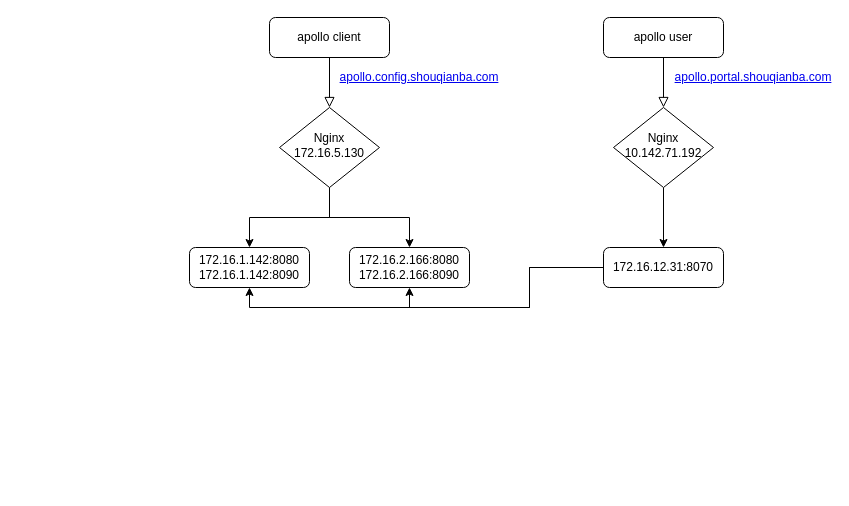
Earlier version of the draw.io diagram page "1当前" (1 of 6) of Untitled Diagram.drawio (RockyLOMO/devops-java-sample). Source tidied: cells renumbered, new cells numbered last; positions are measured from the earlier drawing's top-left corner, leaving out a move shared by most shapes. Both pictures are drawn from the tidied source at 100%, with x=0, y=0 at pixel (189, 17).
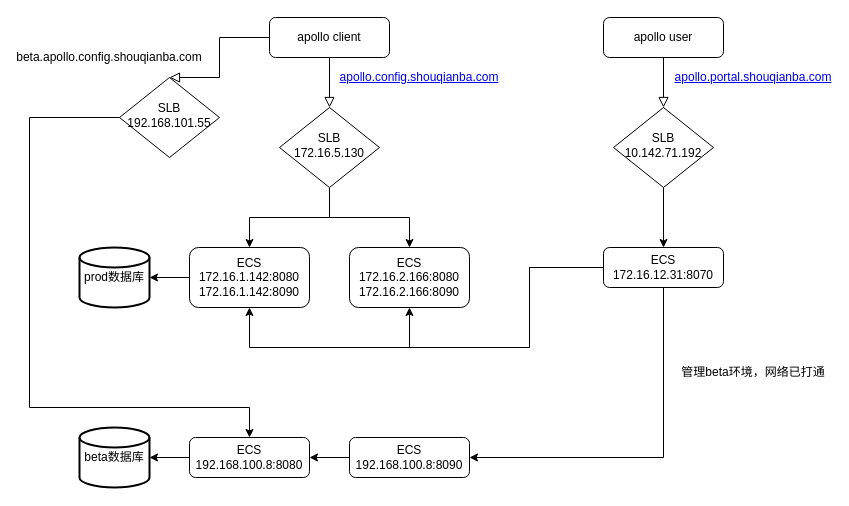
The same page after the edit.

The change refers to these unchanged cells:
```xml
<mxCell id="3" value="apollo client" style="rounded=1;whiteSpace=wrap;html=1;fontSize=12;glass=0;strokeWidth=1;shadow=0;" parent="1" vertex="1">
  <mxGeometry x="80" width="120" height="40" as="geometry" />
</mxCell>
```

The edit, as a diff of the source:
```diff
@@
-    <mxCell id="6" value="Nginx&lt;br&gt;172.16.5.130" style="rhombus;whiteSpace=wrap;html=1;shadow=0;fontFamily=Helvetica;fontSize=12;align=center;strokeWidth=1;spacing=6;spacingTop=-4;" parent="1" vertex="1">
+    <mxCell id="6" value="SLB&lt;br&gt;172.16.5.130" style="rhombus;whiteSpace=wrap;html=1;shadow=0;fontFamily=Helvetica;fontSize=12;align=center;strokeWidth=1;spacing=6;spacingTop=-4;" parent="1" vertex="1">
       <mxGeometry x="90" y="90" width="100" height="80" as="geometry" />
     </mxCell>
+    <mxCell id="18" style="edgeStyle=orthogonalEdgeStyle;rounded=0;jettySize=auto;html=1;" parent="1" edge="1" source="7" target="19">
+      <mxGeometry relative="1" as="geometry" />
+    </mxCell>
-    <mxCell id="7" value="172.16.1.142:8080&lt;br&gt;172.16.1.142:8090" style="rounded=1;whiteSpace=wrap;html=1;fontSize=12;glass=0;strokeWidth=1;shadow=0;" parent="1" vertex="1">
-      <mxGeometry y="230" width="120" height="40" as="geometry" />
+    <mxCell id="7" value="ECS&lt;br&gt;172.16.1.142:8080&lt;br&gt;172.16.1.142:8090" style="rounded=1;whiteSpace=wrap;html=1;fontSize=12;glass=0;strokeWidth=1;shadow=0;" parent="1" vertex="1">
+      <mxGeometry y="230" width="120" height="60" as="geometry" />
     </mxCell>
-    <mxCell id="8" value="172.16.2.166:8080&lt;br&gt;172.16.2.166:8090" style="rounded=1;whiteSpace=wrap;html=1;fontSize=12;glass=0;strokeWidth=1;shadow=0;" parent="1" vertex="1">
-      <mxGeometry x="160" y="230" width="120" height="40" as="geometry" />
+    <mxCell id="8" value="ECS&lt;br&gt;172.16.2.166:8080&lt;br&gt;172.16.2.166:8090" style="rounded=1;whiteSpace=wrap;html=1;fontSize=12;glass=0;strokeWidth=1;shadow=0;" parent="1" vertex="1">
+      <mxGeometry x="160" y="230" width="120" height="60" as="geometry" />
     </mxCell>
@@
-    <mxCell id="13" value="Nginx&lt;br&gt;10.142.71.192" style="rhombus;whiteSpace=wrap;html=1;shadow=0;fontFamily=Helvetica;fontSize=12;align=center;strokeWidth=1;spacing=6;spacingTop=-4;" parent="1" vertex="1">
+    <mxCell id="13" value="SLB&lt;br&gt;10.142.71.192" style="rhombus;whiteSpace=wrap;html=1;shadow=0;fontFamily=Helvetica;fontSize=12;align=center;strokeWidth=1;spacing=6;spacingTop=-4;" parent="1" vertex="1">
       <mxGeometry x="424" y="90" width="100" height="80" as="geometry" />
     </mxCell>
     <mxCell id="14" style="edgeStyle=orthogonalEdgeStyle;rounded=0;jettySize=auto;html=1;entryX=0.5;entryY=1;entryDx=0;entryDy=0;" parent="1" edge="1" source="16" target="8">
       <mxGeometry relative="1" as="geometry">
         <Array as="points">
           <mxPoint x="340" y="250" />
-          <mxPoint x="340" y="290" />
-          <mxPoint x="220" y="290" />
+          <mxPoint x="340" y="330" />
+          <mxPoint x="220" y="330" />
         </Array>
       </mxGeometry>
     </mxCell>
     <mxCell id="15" style="edgeStyle=orthogonalEdgeStyle;rounded=0;jettySize=auto;html=1;entryX=0.5;entryY=1;entryDx=0;entryDy=0;" parent="1" edge="1" source="16" target="7">
       <mxGeometry relative="1" as="geometry">
         <Array as="points">
           <mxPoint x="340" y="250" />
-          <mxPoint x="340" y="290" />
-          <mxPoint x="60" y="290" />
+          <mxPoint x="340" y="330" />
+          <mxPoint x="60" y="330" />
         </Array>
       </mxGeometry>
     </mxCell>
-    <mxCell id="16" value="172.16.12.31:8070" style="rounded=1;whiteSpace=wrap;html=1;fontSize=12;glass=0;strokeWidth=1;shadow=0;" parent="1" vertex="1">
+    <mxCell id="16" value="ECS&lt;br&gt;172.16.12.31:8070" style="rounded=1;whiteSpace=wrap;html=1;fontSize=12;glass=0;strokeWidth=1;shadow=0;" parent="1" vertex="1">
       <mxGeometry x="414" y="230" width="120" height="40" as="geometry" />
     </mxCell>
@@
+    <mxCell id="19" value="prod数据库" style="strokeWidth=2;html=1;shape=mxgraph.flowchart.database;whiteSpace=wrap;" parent="1" vertex="1">
+      <mxGeometry x="-110" y="230" width="70" height="60" as="geometry" />
+    </mxCell>
+    <mxCell id="20" value="beta数据库" style="strokeWidth=2;html=1;shape=mxgraph.flowchart.database;whiteSpace=wrap;" parent="1" vertex="1">
+      <mxGeometry x="-110" y="410" width="70" height="60" as="geometry" />
+    </mxCell>
+    <mxCell id="21" style="edgeStyle=orthogonalEdgeStyle;rounded=0;jettySize=auto;html=1;entryX=1;entryY=0.5;entryDx=0;entryDy=0;exitX=0.5;exitY=1;exitDx=0;exitDy=0;" parent="1" edge="1" source="16" target="25">
+      <mxGeometry relative="1" as="geometry" />
+    </mxCell>
+    <mxCell id="22" style="edgeStyle=orthogonalEdgeStyle;rounded=0;jettySize=auto;html=1;" parent="1" edge="1" source="23" target="20">
+      <mxGeometry relative="1" as="geometry" />
+    </mxCell>
+    <mxCell id="23" value="ECS&lt;br&gt;192.168.100.8:8080" style="rounded=1;whiteSpace=wrap;html=1;fontSize=12;glass=0;strokeWidth=1;shadow=0;" parent="1" vertex="1">
+      <mxGeometry y="420" width="120" height="40" as="geometry" />
+    </mxCell>
+    <mxCell id="24" style="edgeStyle=orthogonalEdgeStyle;rounded=0;jettySize=auto;html=1;" parent="1" edge="1" source="25" target="23">
+      <mxGeometry relative="1" as="geometry" />
+    </mxCell>
+    <mxCell id="25" value="ECS&lt;br&gt;192.168.100.8:8090" style="rounded=1;whiteSpace=wrap;html=1;fontSize=12;glass=0;strokeWidth=1;shadow=0;" parent="1" vertex="1">
+      <mxGeometry x="160" y="420" width="120" height="40" as="geometry" />
+    </mxCell>
+    <mxCell id="26" value="管理beta环境，网络已打通" style="text;html=1;strokeColor=none;fillColor=none;align=center;verticalAlign=middle;whiteSpace=wrap;rounded=0;" parent="1" vertex="1">
+      <mxGeometry x="491" y="340" width="146" height="30" as="geometry" />
+    </mxCell>
+    <mxCell id="27" style="edgeStyle=orthogonalEdgeStyle;rounded=0;jettySize=auto;html=1;entryX=0.5;entryY=0;entryDx=0;entryDy=0;" parent="1" edge="1" source="28" target="23">
+      <mxGeometry relative="1" as="geometry">
+        <Array as="points">
+          <mxPoint x="-160" y="100" />
+          <mxPoint x="-160" y="390" />
+          <mxPoint x="60" y="390" />
+        </Array>
+      </mxGeometry>
+    </mxCell>
+    <mxCell id="28" value="SLB&lt;br&gt;192.168.101.55" style="rhombus;whiteSpace=wrap;html=1;shadow=0;fontFamily=Helvetica;fontSize=12;align=center;strokeWidth=1;spacing=6;spacingTop=-4;" parent="1" vertex="1">
+      <mxGeometry x="-70" y="60" width="100" height="80" as="geometry" />
+    </mxCell>
+    <mxCell id="29" style="rounded=0;html=1;jettySize=auto;fontSize=11;endArrow=block;endFill=0;endSize=8;strokeWidth=1;shadow=0;labelBackgroundColor=none;edgeStyle=orthogonalEdgeStyle;exitX=0;exitY=0.5;exitDx=0;exitDy=0;entryX=0.5;entryY=0;entryDx=0;entryDy=0;" parent="1" edge="1" source="3" target="28">
+      <mxGeometry relative="1" as="geometry">
+        <Array as="points">
+          <mxPoint x="30" y="20" />
+          <mxPoint x="30" y="60" />
+        </Array>
+      </mxGeometry>
+    </mxCell>
+    <mxCell id="30" value="beta.apollo.config.shouqianba.com" style="text;html=1;strokeColor=none;fillColor=none;align=center;verticalAlign=middle;whiteSpace=wrap;rounded=0;" parent="1" vertex="1">
+      <mxGeometry x="-100" y="30" width="40" height="20" as="geometry" />
+    </mxCell>
```
